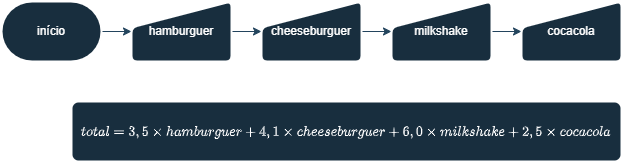
Above: Parte-1/atividade8.png in kf-martins-uel/algoritmos-atividade1 (draw.io), before the change. Source tidied: cells renumbered, new cells last; positions are measured from the earlier drawing's top-left corner, leaving out a move shared by most shapes.
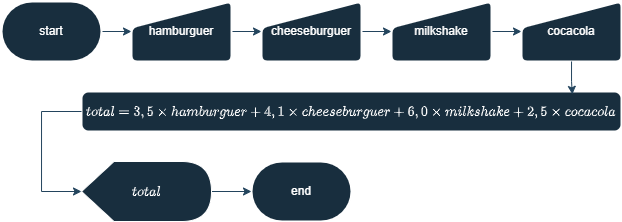
After the change.

Change to the diagram source:
```diff
@@ -5,7 +5,7 @@
     <mxCell id="2" style="edgeStyle=orthogonalEdgeStyle;rounded=0;jettySize=auto;html=1;entryX=0;entryY=0.5;entryDx=0;entryDy=0;strokeColor=#23445D;" parent="1" edge="1" source="3" target="5">
       <mxGeometry relative="1" as="geometry" />
     </mxCell>
-    <mxCell id="3" value="início" style="strokeWidth=2;html=1;shape=mxgraph.flowchart.terminator;whiteSpace=wrap;labelBackgroundColor=none;fillColor=#182E3E;strokeColor=#FFFFFF;fontColor=#FFFFFF;" parent="1" vertex="1">
+    <mxCell id="3" value="start" style="strokeWidth=2;html=1;shape=mxgraph.flowchart.terminator;whiteSpace=wrap;labelBackgroundColor=none;fillColor=#182E3E;strokeColor=#FFFFFF;fontColor=#FFFFFF;" parent="1" vertex="1">
       <mxGeometry width="100" height="60" as="geometry" />
     </mxCell>
     <mxCell id="4" style="edgeStyle=orthogonalEdgeStyle;rounded=0;jettySize=auto;html=1;strokeColor=#23445D;" parent="1" edge="1" source="5" target="7">
@@ -30,7 +30,27 @@
       <mxGeometry x="520" width="100" height="60" as="geometry" />
     </mxCell>
     <mxCell id="11" value="$$total = 3,5\times hamburguer + 4,1\times cheeseburguer + 6,0 \times milkshake + 2,5 \times&amp;nbsp;cocacola$$" style="rounded=1;whiteSpace=wrap;html=1;absoluteArcSize=1;arcSize=14;strokeWidth=2;strokeColor=#FFFFFF;fontColor=#FFFFFF;fillColor=#182E3E;" parent="1" vertex="1">
-      <mxGeometry x="70" y="100" width="550" height="60" as="geometry" />
+      <mxGeometry x="80" y="90" width="540" height="40" as="geometry" />
     </mxCell>
+    <mxCell id="12" value="end" style="strokeWidth=2;html=1;shape=mxgraph.flowchart.terminator;whiteSpace=wrap;labelBackgroundColor=none;fillColor=#182E3E;strokeColor=#FFFFFF;fontColor=#FFFFFF;" parent="1" vertex="1">
+      <mxGeometry x="250" y="160" width="100" height="60" as="geometry" />
+    </mxCell>
+    <mxCell id="13" style="edgeStyle=orthogonalEdgeStyle;rounded=0;jettySize=auto;html=1;entryX=0.909;entryY=0.071;entryDx=0;entryDy=0;entryPerimeter=0;strokeColor=#23445D;" parent="1" edge="1" source="10" target="11">
+      <mxGeometry relative="1" as="geometry" />
+    </mxCell>
+    <mxCell id="14" style="edgeStyle=orthogonalEdgeStyle;rounded=0;jettySize=auto;html=1;strokeColor=#23445D;" parent="1" edge="1" source="15" target="12">
+      <mxGeometry relative="1" as="geometry" />
+    </mxCell>
+    <mxCell id="15" value="$$total$$" style="shape=display;whiteSpace=wrap;html=1;strokeColor=#FFFFFF;fontColor=#FFFFFF;fillColor=#182E3E;" parent="1" vertex="1">
+      <mxGeometry x="80" y="160" width="130" height="60" as="geometry" />
+    </mxCell>
+    <mxCell id="16" style="edgeStyle=orthogonalEdgeStyle;rounded=0;jettySize=auto;html=1;entryX=0;entryY=0.5;entryDx=0;entryDy=0;entryPerimeter=0;strokeColor=#23445D;exitX=0;exitY=0.5;exitDx=0;exitDy=0;" parent="1" edge="1" source="11" target="15">
+      <mxGeometry relative="1" as="geometry">
+        <Array as="points">
+          <mxPoint x="40" y="110" />
+          <mxPoint x="40" y="190" />
+        </Array>
+      </mxGeometry>
+    </mxCell>
   </root>
 </mxGraphModel>
```
